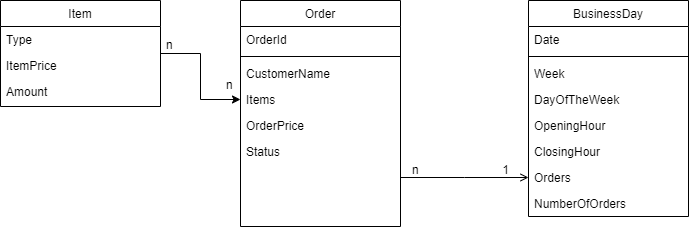
Before: assets/Entities.png, a diagram exported from draw.io (MunchProductionz/Restaurant-Interface). Source tidied: cells renumbered, new cells last; positions are measured from the earlier drawing's top-left corner, leaving out a move shared by most shapes.
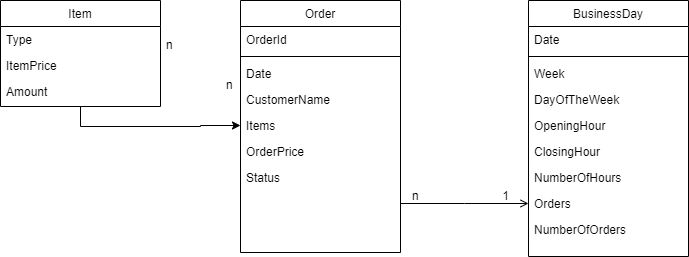
Later version of the same file.

The edit, as a diff of the source:
```diff
@@ -3,7 +3,7 @@
     <mxCell id="0" />
     <mxCell id="1" parent="0" />
     <mxCell id="2" value="Order" style="swimlane;fontStyle=0;align=center;verticalAlign=top;horizontal=1;startSize=26;rounded=0;shadow=0;strokeWidth=1;" parent="1" vertex="1">
-      <mxGeometry x="240" width="160" height="226" as="geometry" />
+      <mxGeometry x="240" width="160" height="252" as="geometry" />
     </mxCell>
     <mxCell id="3" value="OrderId" style="text;align=left;verticalAlign=top;spacingLeft=4;spacingRight=4;overflow=hidden;" parent="2" vertex="1">
       <mxGeometry y="26" width="160" height="26" as="geometry" />
@@ -11,20 +11,23 @@
     <mxCell id="4" style="line;html=1;strokeWidth=1;align=left;verticalAlign=middle;spacingTop=-1;spacingLeft=3;spacingRight=3;labelPosition=right;" parent="2" vertex="1">
       <mxGeometry y="52" width="160" height="8" as="geometry" />
     </mxCell>
+    <mxCell id="28" value="Date" style="text;align=left;verticalAlign=top;spacingLeft=4;spacingRight=4;overflow=hidden;rounded=0;shadow=0;html=0;" parent="2" vertex="1">
+      <mxGeometry y="60" width="160" height="26" as="geometry" />
+    </mxCell>
     <mxCell id="5" value="CustomerName" style="text;align=left;verticalAlign=top;spacingLeft=4;spacingRight=4;overflow=hidden;rounded=0;shadow=0;html=0;" parent="2" vertex="1">
-      <mxGeometry y="60" width="160" height="26" as="geometry" />
+      <mxGeometry y="86" width="160" height="26" as="geometry" />
     </mxCell>
     <mxCell id="6" value="Items" style="text;align=left;verticalAlign=top;spacingLeft=4;spacingRight=4;overflow=hidden;points=[[0,0.5],[1,0.5]];portConstraint=eastwest;rounded=0;shadow=0;html=0;" parent="2" vertex="1">
-      <mxGeometry y="86" width="160" height="26" as="geometry" />
+      <mxGeometry y="112" width="160" height="26" as="geometry" />
     </mxCell>
     <mxCell id="7" value="OrderPrice" style="text;align=left;verticalAlign=top;spacingLeft=4;spacingRight=4;overflow=hidden;rounded=0;shadow=0;html=0;" parent="2" vertex="1">
-      <mxGeometry y="112" width="160" height="26" as="geometry" />
+      <mxGeometry y="138" width="160" height="26" as="geometry" />
     </mxCell>
     <mxCell id="8" value="Status" style="text;align=left;verticalAlign=top;spacingLeft=4;spacingRight=4;overflow=hidden;" parent="2" vertex="1">
-      <mxGeometry y="138" width="160" height="88" as="geometry" />
+      <mxGeometry y="164" width="160" height="88" as="geometry" />
     </mxCell>
     <mxCell id="9" value="BusinessDay" style="swimlane;fontStyle=0;align=center;verticalAlign=top;horizontal=1;startSize=26;rounded=0;shadow=0;strokeWidth=1;" parent="1" vertex="1">
-      <mxGeometry x="528" width="160" height="216" as="geometry" />
+      <mxGeometry x="528" width="160" height="256" as="geometry" />
     </mxCell>
     <mxCell id="10" value="Date" style="text;align=left;verticalAlign=top;spacingLeft=4;spacingRight=4;overflow=hidden;" parent="9" vertex="1">
       <mxGeometry y="26" width="160" height="26" as="geometry" />
@@ -44,11 +47,14 @@
     <mxCell id="15" value="ClosingHour" style="text;align=left;verticalAlign=top;spacingLeft=4;spacingRight=4;overflow=hidden;rounded=0;shadow=0;html=0;" parent="9" vertex="1">
       <mxGeometry y="138" width="160" height="26" as="geometry" />
     </mxCell>
+    <mxCell id="29" value="NumberOfHours" style="text;align=left;verticalAlign=top;spacingLeft=4;spacingRight=4;overflow=hidden;rounded=0;shadow=0;html=0;" parent="9" vertex="1">
+      <mxGeometry y="164" width="160" height="26" as="geometry" />
+    </mxCell>
     <mxCell id="16" value="Orders" style="text;align=left;verticalAlign=top;spacingLeft=4;spacingRight=4;overflow=hidden;points=[[0,0.5],[1,0.5]];portConstraint=eastwest;rounded=0;shadow=0;html=0;" parent="9" vertex="1">
-      <mxGeometry y="164" width="160" height="26" as="geometry" />
+      <mxGeometry y="190" width="160" height="26" as="geometry" />
     </mxCell>
     <mxCell id="17" value="NumberOfOrders" style="text;align=left;verticalAlign=top;spacingLeft=4;spacingRight=4;overflow=hidden;rounded=0;shadow=0;html=0;" parent="9" vertex="1">
-      <mxGeometry y="190" width="160" height="26" as="geometry" />
+      <mxGeometry y="216" width="160" height="34" as="geometry" />
     </mxCell>
     <mxCell id="18" style="endArrow=open;shadow=0;strokeWidth=1;rounded=0;endFill=1;edgeStyle=elbowEdgeStyle;elbow=vertical;entryX=0;entryY=0.5;entryDx=0;entryDy=0;" parent="1" edge="1" source="2" target="16">
       <mxGeometry x="0.5" y="41" relative="1" as="geometry">
```
